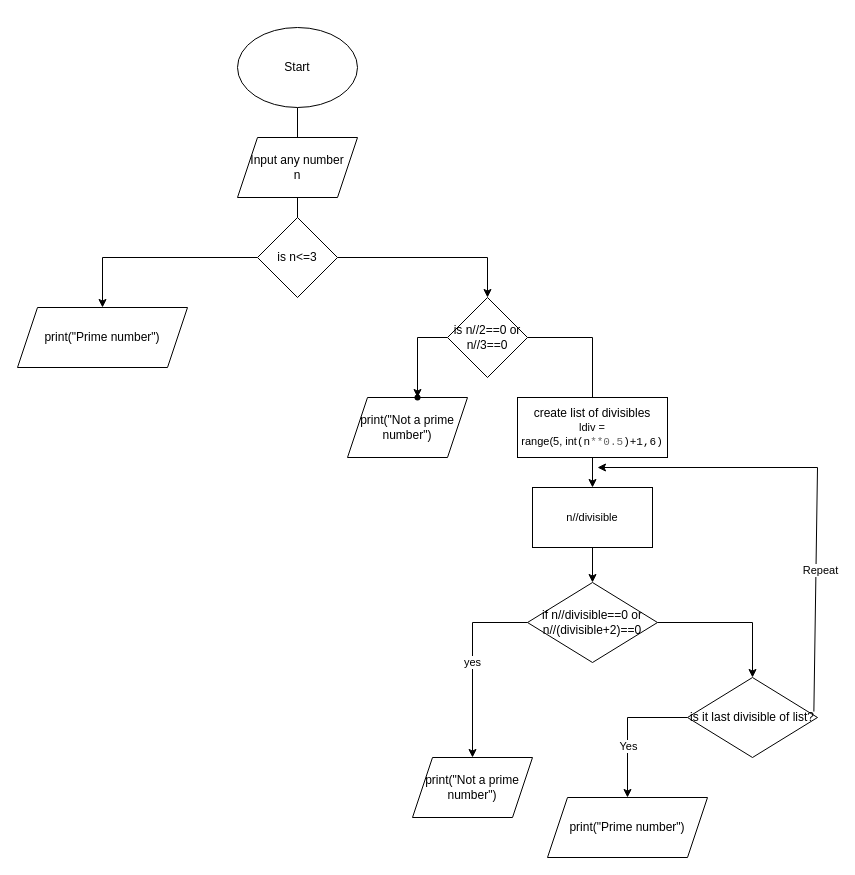
Above: Module_1/Lab_3_Algorithmization/Prime number.drawio in marciafof/DAFT_0116_OTALORAMarcia (draw.io), before the change. Source tidied: cells renumbered, new cells numbered last; positions are measured from the earlier drawing's top-left corner, leaving out a move shared by most shapes. Both pictures are drawn from the tidied source at 100%, with x=0, y=0 at pixel (17, 27).
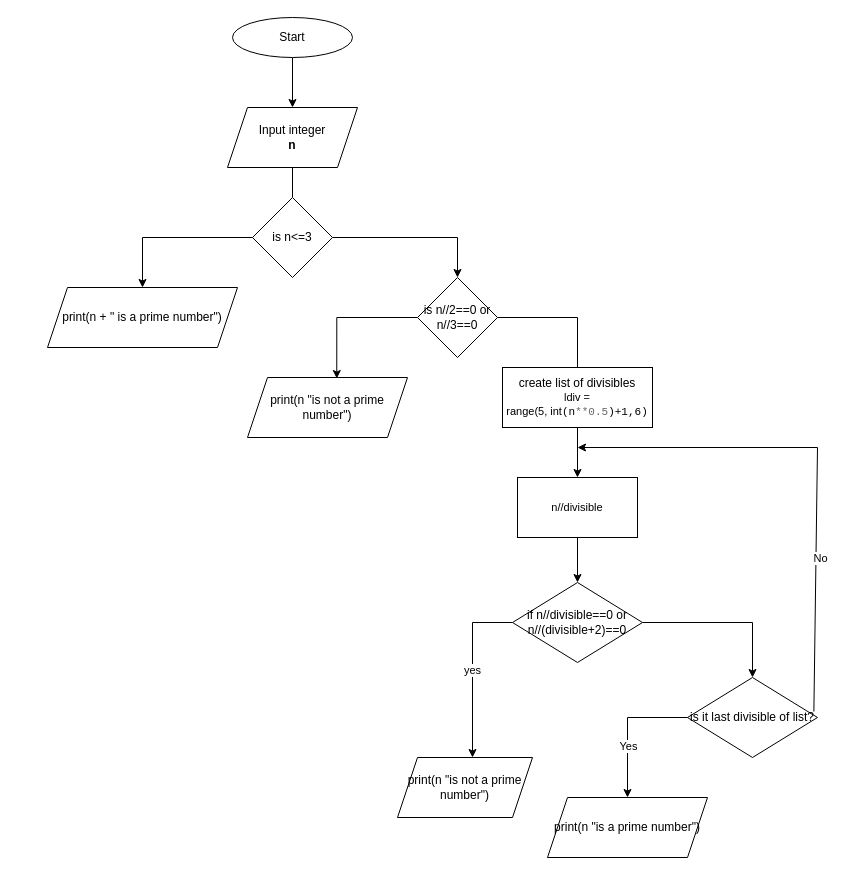
Above is the later version.

The change refers to these unchanged cells:
```xml
<mxCell id="25" value="is it last divisible of list?" style="rhombus;whiteSpace=wrap;html=1;" parent="1" vertex="1">
  <mxGeometry x="670" y="650" width="130" height="80" as="geometry" />
</mxCell>
```

Change to the diagram source:
```diff
@@
-    <mxCell id="2" style="edgeStyle=orthogonalEdgeStyle;rounded=0;jettySize=auto;html=1;" parent="1" edge="1" source="3">
-      <mxGeometry relative="1" as="geometry">
-        <mxPoint x="280" y="170" as="targetPoint" />
-      </mxGeometry>
-    </mxCell>
+    <mxCell id="29" style="edgeStyle=orthogonalEdgeStyle;rounded=0;jettySize=auto;html=1;exitX=0.5;exitY=1;exitDx=0;exitDy=0;entryX=0.5;entryY=0;entryDx=0;entryDy=0;" parent="1" edge="1" source="3" target="4">
+      <mxGeometry relative="1" as="geometry" />
+    </mxCell>
     <mxCell id="3" value="Start" style="ellipse;whiteSpace=wrap;html=1;" parent="1" vertex="1">
-      <mxGeometry x="220" width="120" height="80" as="geometry" />
+      <mxGeometry x="215" y="-10" width="120" height="40" as="geometry" />
     </mxCell>
-    <mxCell id="4" value="Input any number&lt;br&gt;n" style="shape=parallelogram;perimeter=parallelogramPerimeter;whiteSpace=wrap;html=1;fixedSize=1;" parent="1" vertex="1">
-      <mxGeometry x="220" y="110" width="120" height="60" as="geometry" />
+    <mxCell id="4" value="Input integer&lt;br&gt;&lt;b&gt;n&lt;/b&gt;" style="shape=parallelogram;perimeter=parallelogramPerimeter;whiteSpace=wrap;html=1;fixedSize=1;" parent="1" vertex="1">
+      <mxGeometry x="210" y="80" width="130" height="60" as="geometry" />
     </mxCell>
@@
-    <mxCell id="6" style="edgeStyle=orthogonalEdgeStyle;rounded=0;jettySize=auto;html=1;exitX=0.5;exitY=1;exitDx=0;exitDy=0;fontSize=11;" parent="1" edge="1" source="7">
-      <mxGeometry relative="1" as="geometry">
-        <mxPoint x="575" y="460" as="targetPoint" />
-      </mxGeometry>
+    <mxCell id="6" style="edgeStyle=orthogonalEdgeStyle;rounded=0;jettySize=auto;html=1;exitX=0.5;exitY=1;exitDx=0;exitDy=0;fontSize=11;entryX=0.5;entryY=0;entryDx=0;entryDy=0;" parent="1" edge="1" source="7" target="22">
+      <mxGeometry relative="1" as="geometry" />
     </mxCell>
     <mxCell id="7" value="create list of divisibles&lt;br&gt;&lt;font style=&quot;font-size: 11px;&quot;&gt;ldiv = range(5,&amp;nbsp;int&lt;span style=&quot;font-family: monospace, monospace; text-align: start;&quot; class=&quot;p&quot;&gt;(&lt;/span&gt;&lt;span style=&quot;font-family: monospace, monospace; text-align: start;&quot; class=&quot;n&quot;&gt;n&lt;/span&gt;&lt;span style=&quot;font-family: monospace, monospace; text-align: start; color: rgb(102, 102, 102);&quot; class=&quot;o&quot;&gt;**&lt;/span&gt;&lt;span style=&quot;font-family: monospace, monospace; text-align: start; color: rgb(102, 102, 102);&quot; class=&quot;mf&quot;&gt;0.5&lt;/span&gt;&lt;span style=&quot;font-family: monospace, monospace; text-align: start;&quot; class=&quot;p&quot;&gt;)+1,6)&lt;/span&gt;&lt;/font&gt;" style="whiteSpace=wrap;html=1;" parent="1" vertex="1">
-      <mxGeometry x="500" y="370" width="150" height="60" as="geometry" />
+      <mxGeometry x="485" y="340" width="150" height="60" as="geometry" />
     </mxCell>
-    <mxCell id="8" style="edgeStyle=orthogonalEdgeStyle;rounded=0;jettySize=auto;html=1;" parent="1" edge="1" source="9" target="16">
-      <mxGeometry relative="1" as="geometry" />
-    </mxCell>
+    <mxCell id="30" style="edgeStyle=orthogonalEdgeStyle;rounded=0;jettySize=auto;html=1;exitX=0;exitY=0.5;exitDx=0;exitDy=0;entryX=0.558;entryY=0.017;entryDx=0;entryDy=0;entryPerimeter=0;" parent="1" edge="1" source="9" target="15">
+      <mxGeometry relative="1" as="geometry" />
+    </mxCell>
     <mxCell id="9" value="is n//2==0 or n//3==0" style="rhombus;whiteSpace=wrap;html=1;" parent="1" vertex="1">
-      <mxGeometry x="430" y="270" width="80" height="80" as="geometry" />
+      <mxGeometry x="400" y="250" width="80" height="80" as="geometry" />
     </mxCell>
@@
     <mxCell id="13" value="is n&amp;lt;=3" style="rhombus;whiteSpace=wrap;html=1;" parent="1" vertex="1">
-      <mxGeometry x="240" y="190" width="80" height="80" as="geometry" />
+      <mxGeometry x="235" y="170" width="80" height="80" as="geometry" />
     </mxCell>
-    <mxCell id="14" value="print(&quot;Prime number&quot;)" style="shape=parallelogram;perimeter=parallelogramPerimeter;whiteSpace=wrap;html=1;fixedSize=1;" parent="1" vertex="1">
-      <mxGeometry y="280" width="170" height="60" as="geometry" />
+    <mxCell id="14" value="print(n + &quot; is a prime number&quot;)" style="shape=parallelogram;perimeter=parallelogramPerimeter;whiteSpace=wrap;html=1;fixedSize=1;" parent="1" vertex="1">
+      <mxGeometry x="30" y="260" width="190" height="60" as="geometry" />
     </mxCell>
-    <mxCell id="15" value="print(&quot;Not a prime number&quot;)" style="shape=parallelogram;perimeter=parallelogramPerimeter;whiteSpace=wrap;html=1;fixedSize=1;" parent="1" vertex="1">
-      <mxGeometry x="330" y="370" width="120" height="60" as="geometry" />
+    <mxCell id="15" value="print(n &quot;is not a prime number&quot;)" style="shape=parallelogram;perimeter=parallelogramPerimeter;whiteSpace=wrap;html=1;fixedSize=1;" parent="1" vertex="1">
+      <mxGeometry x="230" y="350" width="160" height="60" as="geometry" />
     </mxCell>
-    <mxCell id="16" style="shape=waypoint;sketch=0;size=6;points=[];fillColor=default;perimeter=centerPerimeter;snapToPoint=1;" parent="1" vertex="1">
-      <mxGeometry x="390" y="360" width="20" height="20" as="geometry" />
-    </mxCell>
@@
     <mxCell id="19" value="if n//divisible==0 or n//(divisible+2)==0" style="rhombus;whiteSpace=wrap;html=1;" parent="1" vertex="1">
-      <mxGeometry x="510" y="555" width="130" height="80" as="geometry" />
+      <mxGeometry x="495" y="555" width="130" height="80" as="geometry" />
     </mxCell>
-    <mxCell id="20" value="print(&quot;Not a prime number&quot;)" style="shape=parallelogram;perimeter=parallelogramPerimeter;whiteSpace=wrap;html=1;fixedSize=1;" parent="1" vertex="1">
-      <mxGeometry x="395" y="730" width="120" height="60" as="geometry" />
+    <mxCell id="20" value="print(n &quot;is not a prime number&quot;)" style="shape=parallelogram;perimeter=parallelogramPerimeter;whiteSpace=wrap;html=1;fixedSize=1;" parent="1" vertex="1">
+      <mxGeometry x="380" y="730" width="135" height="60" as="geometry" />
     </mxCell>
@@
     <mxCell id="22" value="n//divisible" style="rounded=0;whiteSpace=wrap;html=1;fontSize=11;" parent="1" vertex="1">
-      <mxGeometry x="515" y="460" width="120" height="60" as="geometry" />
+      <mxGeometry x="500" y="450" width="120" height="60" as="geometry" />
     </mxCell>
@@
-    <mxCell id="26" value="print(&quot;Prime number&quot;)" style="shape=parallelogram;perimeter=parallelogramPerimeter;whiteSpace=wrap;html=1;fixedSize=1;" parent="1" vertex="1">
+    <mxCell id="26" value="print(n &quot;is a prime number&quot;)" style="shape=parallelogram;perimeter=parallelogramPerimeter;whiteSpace=wrap;html=1;fixedSize=1;" parent="1" vertex="1">
       <mxGeometry x="530" y="770" width="160" height="60" as="geometry" />
     </mxCell>
     <mxCell id="27" style="endArrow=classic;html=1;rounded=0;fontSize=11;exitX=0.972;exitY=0.426;exitDx=0;exitDy=0;exitPerimeter=0;" parent="1" edge="1" source="25">
       <mxGeometry relative="1" as="geometry">
-        <mxPoint x="580" y="440" as="targetPoint" />
+        <mxPoint x="560" y="420" as="targetPoint" />
         <Array as="points">
-          <mxPoint x="800" y="440" />
+          <mxPoint x="800" y="420" />
         </Array>
       </mxGeometry>
     </mxCell>
-    <mxCell id="28" value="Repeat" style="edgeLabel;html=1;align=center;verticalAlign=middle;fontSize=11;" parent="27" vertex="1">
+    <mxCell id="28" value="No" style="edgeLabel;html=1;align=center;verticalAlign=middle;fontSize=11;" parent="27" vertex="1">
       <mxGeometry x="-0.39" y="-4" relative="1" as="geometry" />
     </mxCell>
```
